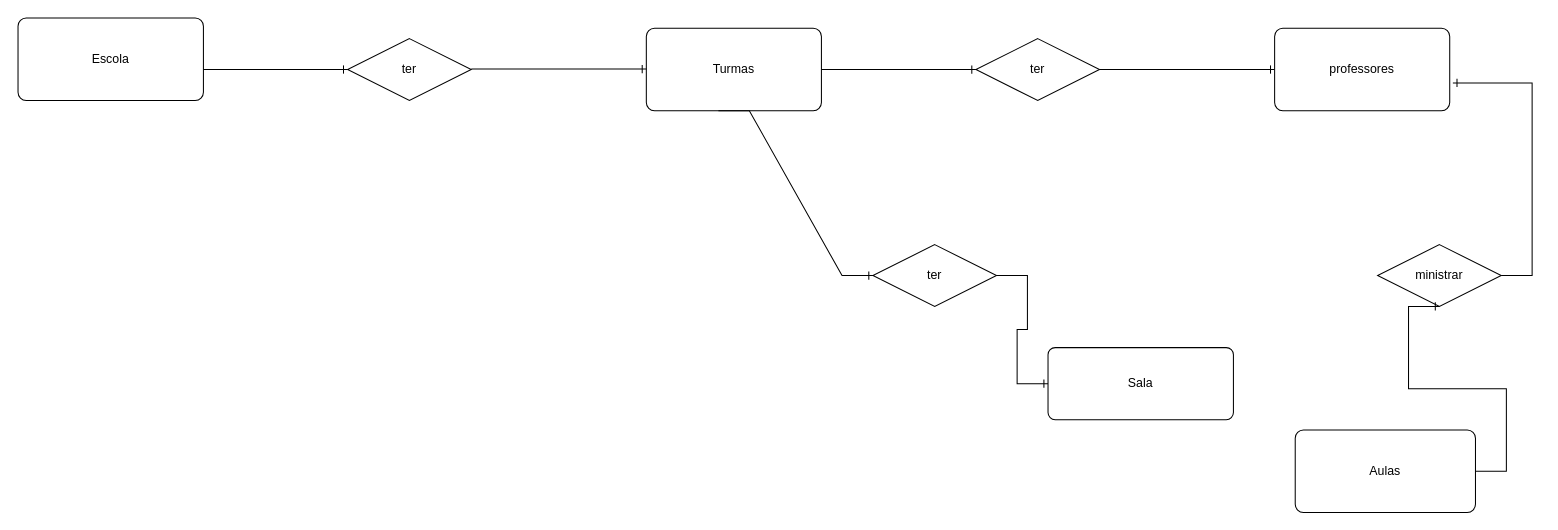
Before: escola.drawio in biacapist1224/Diagramas, a draw.io diagram. Source tidied: cells renumbered, new cells numbered last; positions are measured from the earlier drawing's top-left corner, leaving out a move shared by most shapes. Both pictures are drawn from the tidied source at 103%, with x=0, y=0 at pixel (18, -75).
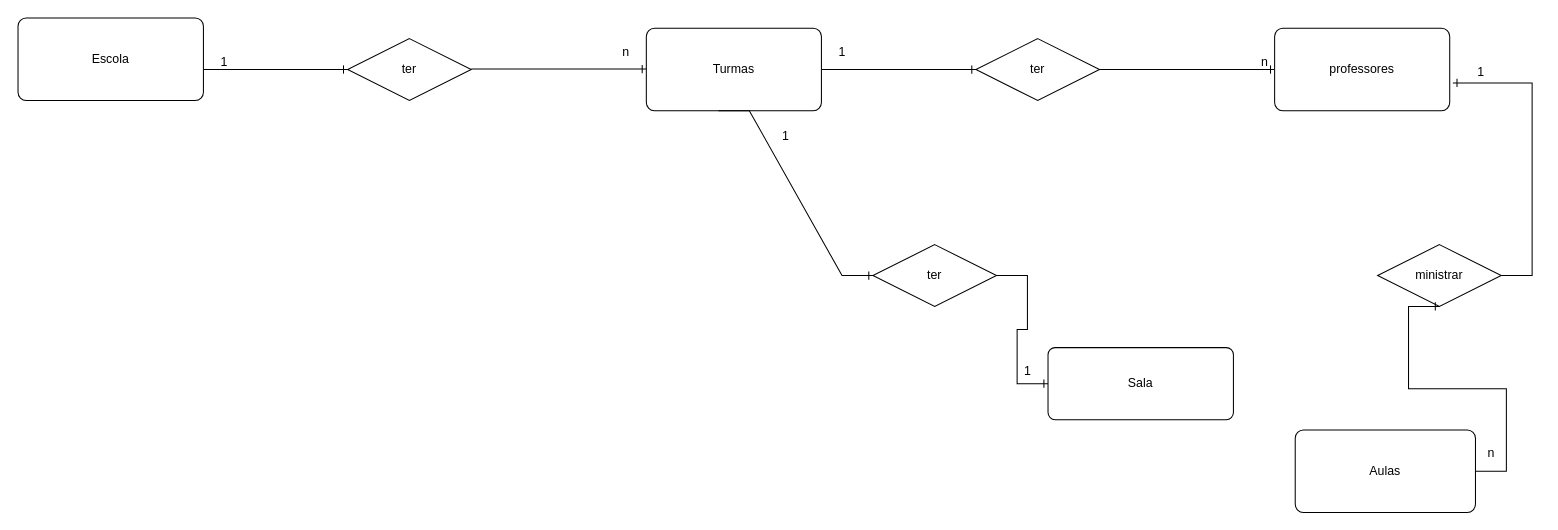
The same page after the edit.

Change to the diagram source:
```diff
@@
+    <mxCell id="19" value="1" style="text;html=1;align=center;verticalAlign=middle;strokeColor=none;fillColor=none;" parent="1" vertex="1">
+      <mxGeometry x="185" y="118" width="30" height="30" as="geometry" />
+    </mxCell>
+    <mxCell id="20" value="n" style="text;html=1;align=center;verticalAlign=middle;strokeColor=none;fillColor=none;" parent="1" vertex="1">
+      <mxGeometry x="575" y="108" width="30" height="30" as="geometry" />
+    </mxCell>
+    <mxCell id="21" value="1" style="text;html=1;align=center;verticalAlign=middle;strokeColor=none;fillColor=none;" parent="1" vertex="1">
+      <mxGeometry x="785" y="108" width="30" height="30" as="geometry" />
+    </mxCell>
+    <mxCell id="22" value="n" style="text;html=1;align=center;verticalAlign=middle;strokeColor=none;fillColor=none;" parent="1" vertex="1">
+      <mxGeometry x="1195" y="118" width="30" height="30" as="geometry" />
+    </mxCell>
+    <mxCell id="23" value="1" style="text;html=1;align=center;verticalAlign=middle;strokeColor=none;fillColor=none;" parent="1" vertex="1">
+      <mxGeometry x="1405" y="128" width="30" height="30" as="geometry" />
+    </mxCell>
+    <mxCell id="24" value="n" style="text;html=1;align=center;verticalAlign=middle;strokeColor=none;fillColor=none;" parent="1" vertex="1">
+      <mxGeometry x="1415" y="498" width="30" height="30" as="geometry" />
+    </mxCell>
+    <mxCell id="25" value="1" style="text;html=1;align=center;verticalAlign=middle;strokeColor=none;fillColor=none;" parent="1" vertex="1">
+      <mxGeometry x="730" y="190" width="30" height="30" as="geometry" />
+    </mxCell>
+    <mxCell id="26" value="1" style="text;html=1;align=center;verticalAlign=middle;strokeColor=none;fillColor=none;" parent="1" vertex="1">
+      <mxGeometry x="965" y="418" width="30" height="30" as="geometry" />
+    </mxCell>
```
